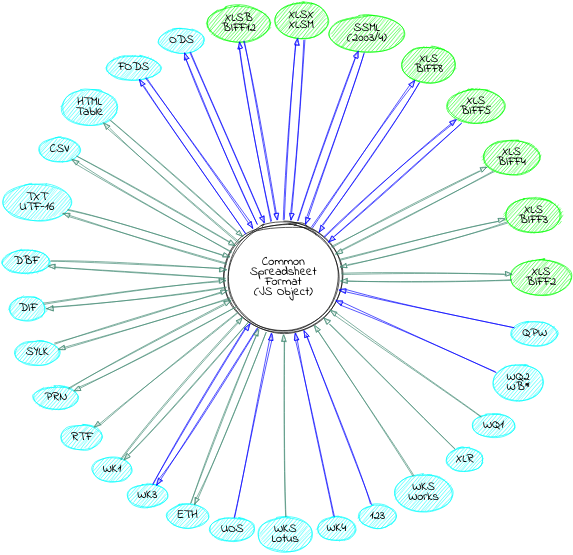
Above: formats.png in KingTiger001/sheet-project (Graphviz), before the change. Its source is kept beside it as misc/formats.dot. Its diagram source:
```dot
digraph G {
	graph [mindist=0.1];
	node [fontname="Indie Flower"];
	csf [shape=doublecircle,label="Common\nSpreadsheet\nFormat\n(JS Object)"];
	subgraph XL {
		node  [style=filled,color="#00FF00"];
		xls2  [label="XLS\nBIFF2"];
		xls3  [label="XLS\nBIFF3"];
		xls4  [label="XLS\nBIFF4"];
		xls5  [label="XLS\nBIFF5"];
		xls8  [label="XLS\nBIFF8"];
		xlml  [label="SSML\n(2003/4)"];
		xlsx  [label="XLSX\nXLSM"];
		xlsb  [label="XLSB\nBIFF12"];
	}

	subgraph OLD {
		node  [style=filled,color=cyan];
		ods   [label="ODS"];
		fods  [label="FODS"];
		uos   [label="UOS"];
		html  [label="HTML\nTable"];
		csv   [label="CSV"];
		txt   [label="TXT\nUTF-16"];
		dbf   [label="DBF"];
		dif   [label="DIF"];
		slk   [label="SYLK"];
		prn   [label="PRN"];
		rtf   [label="RTF"];
		wk1   [label="WK1"];
		wksl  [label="WKS\nLotus"];
		wk3   [label="WK3"];
		wk4   [label="WK4"]
		123   [label="123"];
		wksm  [label="WKS\nWorks"];
		xlr   [label="XLR"];
		wq1   [label="WQ1"];
		wq2   [label="WQ2\nWB*"];
		qpw   [label="QPW"];
		eth   [label="ETH"];
	}

	subgraph WORKBOOK {
		edge [color=blue];
		csf -> xlsx
		xlsx -> csf
		csf -> xlsb
		xlsb -> csf
		csf -> xlml
		xlml -> csf
		csf -> xls5
		xls5 -> csf
		csf -> xls8
		xls8 -> csf
		wq2 -> csf
		ods -> csf
		csf -> ods
		fods -> csf
		csf -> fods
		uos -> csf
		wk3 -> csf
		csf -> wk3
		wk4 -> csf
		123 -> csf
		qpw -> csf
	}
	subgraph WORKSHEET {
		edge [color=aquamarine4];
		xls2 -> csf
		csf -> xls2
		xls3 -> csf
		csf -> xls3
		xls4 -> csf
		csf -> xls4
		csf -> slk
		slk -> csf
		csf -> dif
		wk1 -> csf
		csf -> wk1
		xlr -> csf
		wq1 -> csf
		wksl -> csf
		wksm -> csf
		dif -> csf
		csf -> rtf
		prn -> csf
		csf -> prn
		csv -> csf
		csf -> csv
		txt -> csf
		csf -> txt
		dbf -> csf
		csf -> dbf
		html -> csf
		csf -> html
		csf -> eth
		eth -> csf
	}
}
```
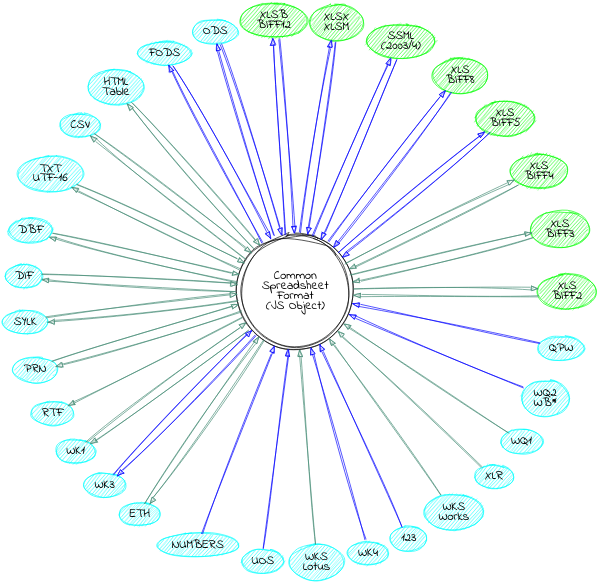
The same file after the commit.

What changed in the source:
```diff
@@ -16,6 +16,7 @@
 
 	subgraph OLD {
 		node  [style=filled,color=cyan];
+		nums  [label="NUMBERS"];
 		ods   [label="ODS"];
 		fods  [label="FODS"];
 		uos   [label="UOS"];
@@ -63,6 +64,7 @@
 		wk4 -> csf
 		123 -> csf
 		qpw -> csf
+		nums -> csf
 	}
 	subgraph WORKSHEET {
 		edge [color=aquamarine4];
```
